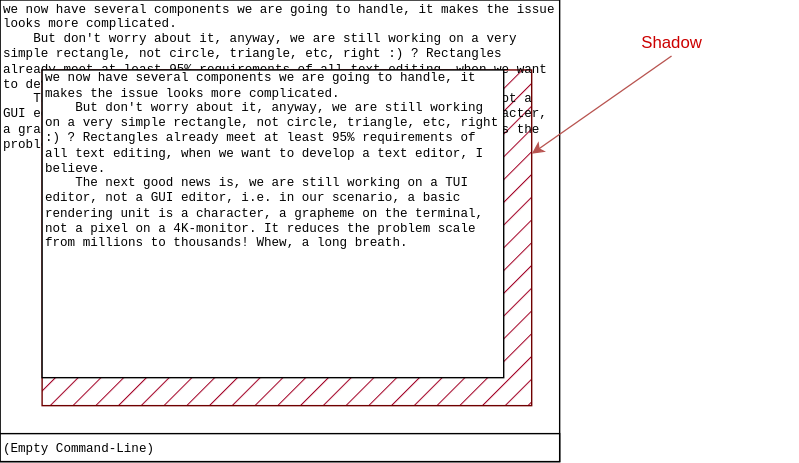
Before: images/1-TUI-3-Layout.8.drawio.svg, a diagram exported from draw.io (rsvim/rfc). Source tidied: cells renumbered, new cells last; positions are measured from the earlier drawing's top-left corner, leaving out a move shared by most shapes.
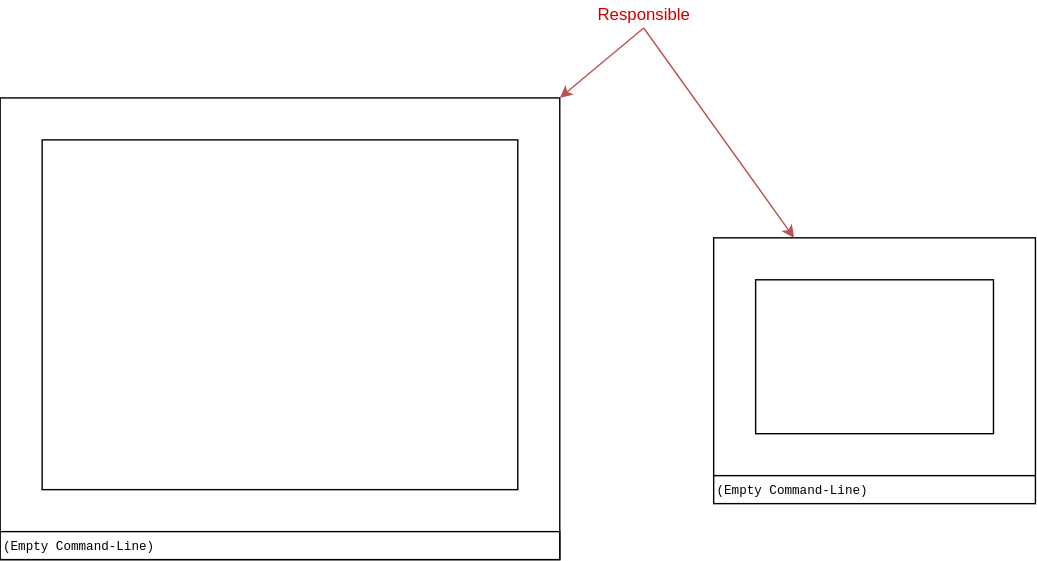
The same file after the commit.

What changed in the source:
```diff
@@ -5,26 +5,29 @@
     <mxCell id="2" style="rounded=0;whiteSpace=wrap;html=1;" parent="1" vertex="1">
       <mxGeometry width="400" height="330" as="geometry" />
     </mxCell>
-    <mxCell id="3" style="rounded=0;whiteSpace=wrap;html=1;shadow=0;fillColor=#a20025;strokeColor=#6F0000;fontColor=#ffffff;glass=0;fillStyle=hatch;gradientColor=none;" parent="1" vertex="1">
-      <mxGeometry x="30" y="50" width="350" height="240" as="geometry" />
-    </mxCell>
     <mxCell id="4" value="&lt;font face=&quot;Courier New&quot;&gt;(Empty Command-Line)&lt;/font&gt;" style="rounded=0;whiteSpace=wrap;html=1;align=left;fontSize=9;labelBackgroundColor=none;" parent="1" vertex="1">
       <mxGeometry y="310" width="400" height="20" as="geometry" />
     </mxCell>
-    <mxCell id="5" value="Shadow" style="text;html=1;whiteSpace=wrap;strokeColor=none;fillColor=none;align=center;verticalAlign=middle;rounded=0;fontColor=#CC0000;" parent="1" vertex="1">
-      <mxGeometry x="390" y="20" width="180" height="20" as="geometry" />
+    <mxCell id="5" value="Responsible" style="text;html=1;whiteSpace=wrap;strokeColor=none;fillColor=none;align=center;verticalAlign=middle;rounded=0;fontColor=#CC0000;" parent="1" vertex="1">
+      <mxGeometry x="370" y="-70" width="180" height="20" as="geometry" />
     </mxCell>
-    <mxCell id="6" style="endArrow=classic;html=1;rounded=0;entryX=1;entryY=0.25;entryDx=0;entryDy=0;fontColor=#CC0000;fillColor=#f8cecc;strokeColor=#b85450;exitX=0.5;exitY=1;exitDx=0;exitDy=0;" parent="1" edge="1" source="5" target="3">
+    <mxCell id="6" style="endArrow=classic;html=1;rounded=0;fontColor=#CC0000;fillColor=#f8cecc;strokeColor=#b85450;exitX=0.5;exitY=1;exitDx=0;exitDy=0;entryX=1;entryY=0;entryDx=0;entryDy=0;" parent="1" edge="1" source="5" target="2">
       <mxGeometry relative="1" as="geometry" />
     </mxCell>
-    <mxCell id="7" value="we now have several components we are going to handle, it makes the issue looks more complicated.&amp;nbsp;&lt;br&gt;&amp;nbsp; &amp;nbsp; But don't worry about it, anyway, we are still working on a very simple rectangle, not circle, triangle, etc, right :) ? Rectangles already meet at least 95% requirements of all text editing, when we want to develop a text editor, I believe.&lt;br&gt;&amp;nbsp; &amp;nbsp; The next good news is, we are still working on a TUI editor, not a GUI editor, i.e. in our scenario, a basic rendering unit is a character, a grapheme on the terminal, not a pixel on a 4K-monitor. It reduces the problem scale from millions to thousands! Whew, a long breath." style="text;html=1;whiteSpace=wrap;strokeColor=none;fillColor=none;align=left;verticalAlign=middle;rounded=0;fontFamily=Courier New;fontSize=9;fontStyle=0;" parent="1" vertex="1">
-      <mxGeometry width="400" height="110" as="geometry" />
-    </mxCell>
     <mxCell id="8" style="rounded=0;whiteSpace=wrap;html=1;" parent="1" vertex="1">
-      <mxGeometry x="30" y="50" width="330" height="220" as="geometry" />
+      <mxGeometry x="30" y="30" width="340" height="250" as="geometry" />
     </mxCell>
-    <mxCell id="9" value="we now have several components we are going to handle, it makes the issue looks more complicated.&amp;nbsp;&lt;br&gt;&amp;nbsp; &amp;nbsp; But don't worry about it, anyway, we are still working on a very simple rectangle, not circle, triangle, etc, right :) ? Rectangles already meet at least 95% requirements of all text editing, when we want to develop a text editor, I believe.&lt;br&gt;&amp;nbsp; &amp;nbsp; The next good news is, we are still working on a TUI editor, not a GUI editor, i.e. in our scenario, a basic rendering unit is a character, a grapheme on the terminal, not a pixel on a 4K-monitor. It reduces the problem scale from millions to thousands! Whew, a long breath." style="text;html=1;whiteSpace=wrap;strokeColor=none;fillColor=none;align=left;verticalAlign=middle;rounded=0;fontFamily=Courier New;fontSize=9;fontStyle=0;" parent="1" vertex="1">
-      <mxGeometry x="30" y="50" width="330" height="130" as="geometry" />
-    </mxCell>
+    <mxCell id="10" style="rounded=0;whiteSpace=wrap;html=1;" parent="1" vertex="1">
+      <mxGeometry x="510" y="100" width="230" height="170" as="geometry" />
+    </mxCell>
+    <mxCell id="11" value="&lt;font face=&quot;Courier New&quot;&gt;(Empty Command-Line)&lt;/font&gt;" style="rounded=0;whiteSpace=wrap;html=1;align=left;fontSize=9;labelBackgroundColor=none;" parent="1" vertex="1">
+      <mxGeometry x="510" y="270" width="230" height="20" as="geometry" />
+    </mxCell>
+    <mxCell id="12" style="rounded=0;whiteSpace=wrap;html=1;" parent="1" vertex="1">
+      <mxGeometry x="540" y="130" width="170" height="110" as="geometry" />
+    </mxCell>
+    <mxCell id="13" style="endArrow=classic;html=1;rounded=0;fontColor=#CC0000;fillColor=#f8cecc;strokeColor=#b85450;exitX=0.5;exitY=1;exitDx=0;exitDy=0;entryX=0.25;entryY=0;entryDx=0;entryDy=0;" parent="1" edge="1" source="5" target="10">
+      <mxGeometry relative="1" as="geometry" />
+    </mxCell>
   </root>
 </mxGraphModel>
```
